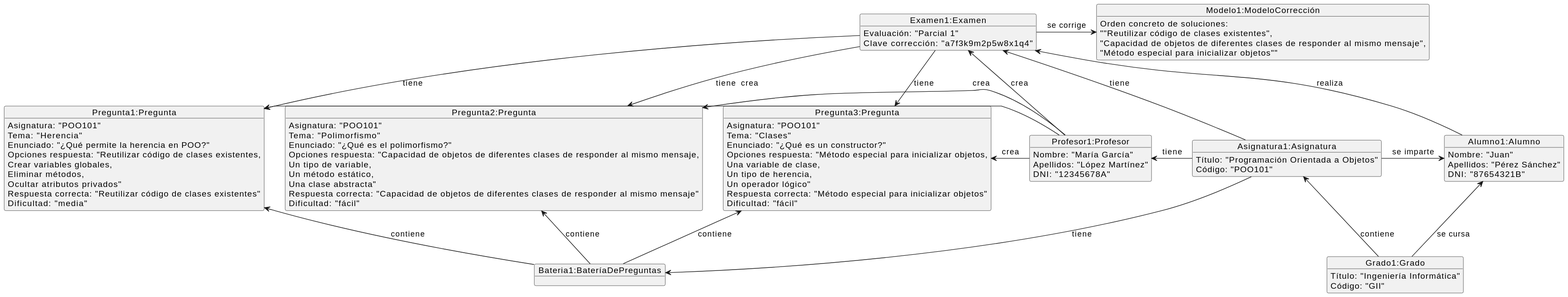
martinlopez7/25-26-IdSw1-SdR keeps this PlantUML diagram as documents/modelos/diagramas/diagramaObjetos/diagramaObjetos.svg. Above is the earlier version.
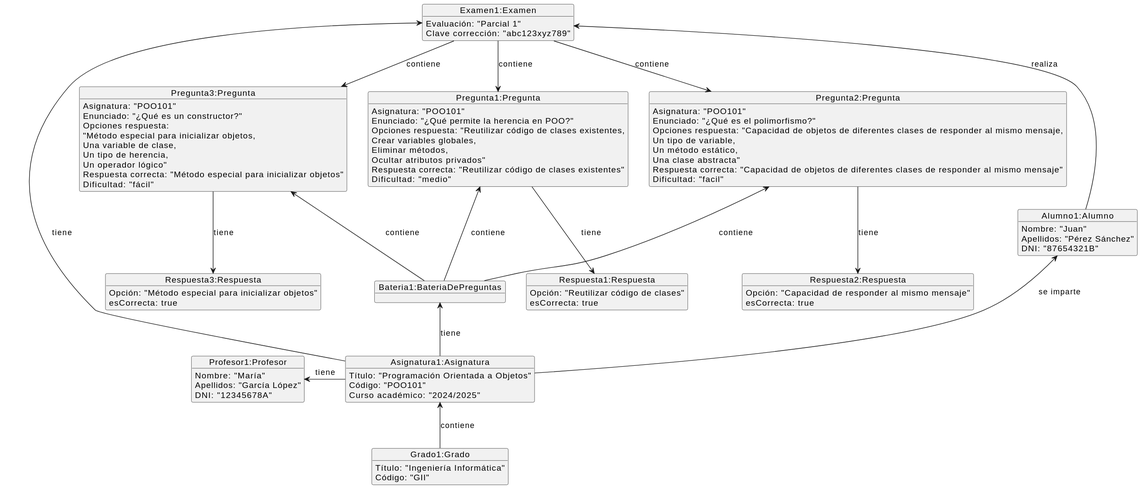
Later version of the same file.

Commit message:
fix(mdd): Corrige el diagrama de objetos en base al diagrama de entidades [refs #41]

Change to the diagram source:
```diff
@@ -1,7 +1,24 @@
 @startuml
+object "Examen1:Examen" as exam1 {
+  Evaluación: "Parcial 1"
+  Clave corrección: "abc123xyz789"
+}
+
 object "Grado1:Grado" as grado1 {
   Título: "Ingeniería Informática"
   Código: "GII"
+}
+
+object "Asignatura1:Asignatura" as asig1 {
+  Título: "Programación Orientada a Objetos"
+  Código: "POO101"
+  Curso académico: "2024/2025"
+}
+
+object "Profesor1:Profesor" as prof1 {
+  Nombre: "María"
+  Apellidos: "García López"
+  DNI: "12345678A"
 }
 
 object "Alumno1:Alumno" as alum1 {
@@ -10,77 +27,69 @@
   DNI: "87654321B"
 }
 
-object "Asignatura1:Asignatura" as asig1 {
-  Título: "Programación Orientada a Objetos"
-  Código: "POO101"
-}
-
-object "Profesor1:Profesor" as prof1 {
-  Nombre: "María García"
-  Apellidos: "López Martínez"
-  DNI: "12345678A"
-}
-
-object "Examen1:Examen" as exam1 {
-  Evaluación: "Parcial 1"
-  Clave corrección: "a7f3k9m2p5w8x1q4"
-}
-
-object "Modelo1:ModeloCorrección" as modelo1 {
-  Orden concreto de soluciones:
-""Reutilizar código de clases existentes",
-"Capacidad de objetos de diferentes clases de responder al mismo mensaje",
-"Método especial para inicializar objetos""
-}
-
-object "Bateria1:BateríaDePreguntas" as bateria1 {
+object "Bateria1:BateriaDePreguntas" as bateria1 {
 }
 
 object "Pregunta1:Pregunta" as preg1 {
   Asignatura: "POO101"
-  Tema: "Herencia"
   Enunciado: "¿Qué permite la herencia en POO?"
   Opciones respuesta: "Reutilizar código de clases existentes,\nCrear variables globales,\nEliminar métodos,\nOcultar atributos privados"
   Respuesta correcta: "Reutilizar código de clases existentes"
-  Dificultad: "media"
+  Dificultad: "medio"
 }
 
 object "Pregunta2:Pregunta" as preg2 {
   Asignatura: "POO101"
-  Tema: "Polimorfismo"
   Enunciado: "¿Qué es el polimorfismo?"
   Opciones respuesta: "Capacidad de objetos de diferentes clases de responder al mismo mensaje,\nUn tipo de variable,\nUn método estático,\nUna clase abstracta"
   Respuesta correcta: "Capacidad de objetos de diferentes clases de responder al mismo mensaje"
-  Dificultad: "fácil"
+  Dificultad: "facil"
 }
 
 object "Pregunta3:Pregunta" as preg3 {
   Asignatura: "POO101"
-  Tema: "Clases"
   Enunciado: "¿Qué es un constructor?"
-  Opciones respuesta: "Método especial para inicializar objetos,\nUna variable de clase,\nUn tipo de herencia,\nUn operador lógico"
+  Opciones respuesta:
+"Método especial para inicializar objetos,
+Una variable de clase,
+Un tipo de herencia,
+Un operador lógico"
   Respuesta correcta: "Método especial para inicializar objetos"
   Dificultad: "fácil"
 }
 
+object "Respuesta1:Respuesta" as resp1 {
+  Opción: "Reutilizar código de clases"
+  esCorrecta: true
+}
+
+object "Respuesta2:Respuesta" as resp2 {
+  Opción: "Capacidad de responder al mismo mensaje"
+  esCorrecta: true
+}
+
+object "Respuesta3:Respuesta" as resp3 {
+  Opción: "Método especial para inicializar objetos"
+  esCorrecta: true
+}
+
 grado1 -u-> asig1 : contiene
-grado1 -u-> alum1 : se cursa
+asig1 -u-> alum1 : se imparte
 asig1 -l-> prof1 : tiene
 asig1 -u-> exam1 : tiene
-asig1 -r-> alum1 : se imparte
-prof1 -u-> exam1 : crea
-asig1 --> bateria1 : tiene
-preg1 -[hidden]r- preg2
-preg2 -[hidden]r- preg3
-prof1 -l-> preg1 : crea
-prof1 -l-> preg2 : crea
-prof1 -l-> preg3 : crea
-exam1 -r-> modelo1 : se corrige
+asig1 -u-> bateria1 : tiene
+
 alum1 -u-> exam1 : realiza
-exam1 -d-> preg1 : tiene
-exam1 -d-> preg2 : tiene
-exam1 -d-> preg3 : tiene
+
 bateria1 -u-> preg1 : contiene
 bateria1 -u-> preg2 : contiene
 bateria1 -u-> preg3 : contiene
+
+exam1 -d-> preg1 : contiene
+exam1 -d-> preg2 : contiene
+exam1 -d-> preg3 : contiene
+
+preg1 -d-> resp1 : tiene
+preg2 -d-> resp2 : tiene
+preg3 -d-> resp3 : tiene
 @enduml
```
